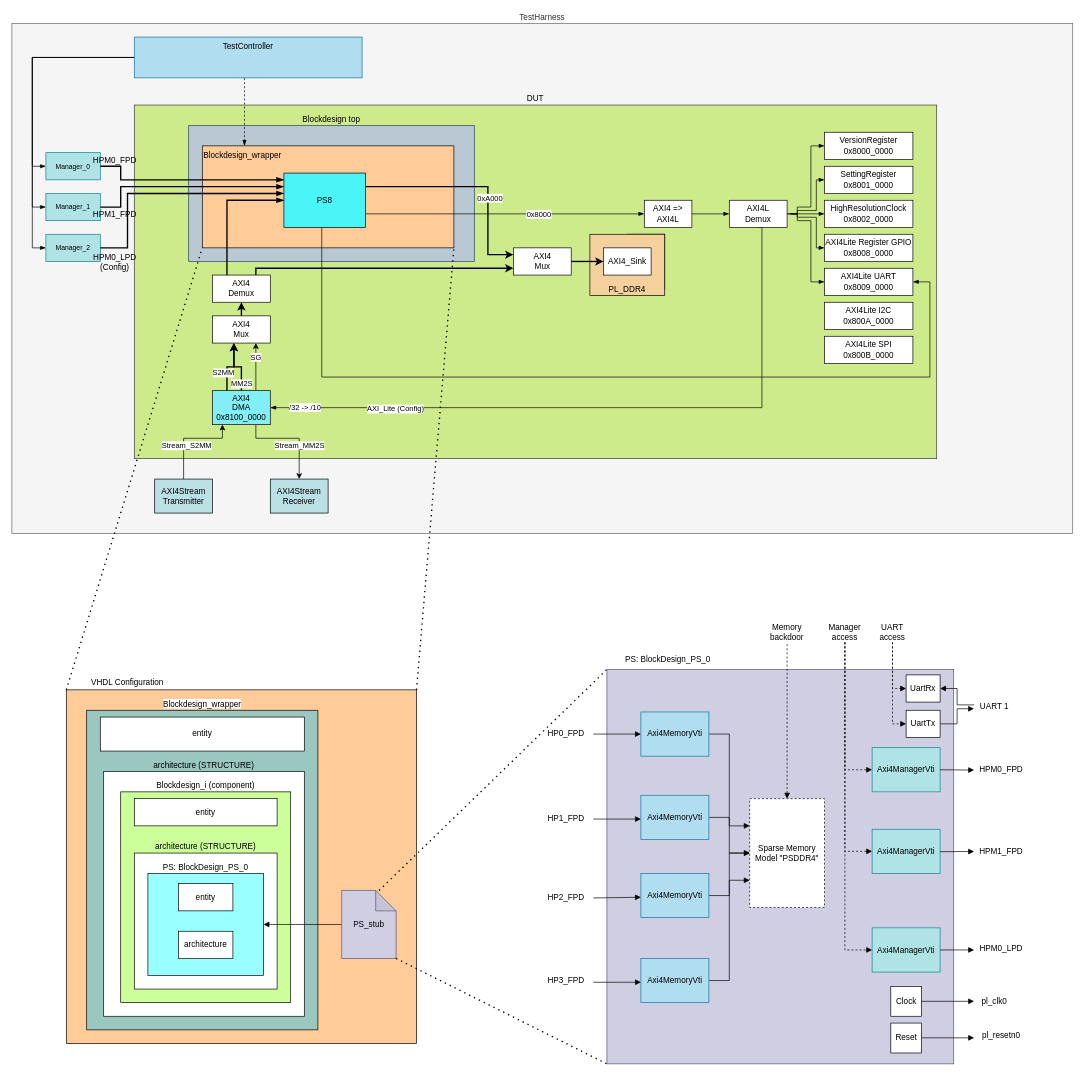
This is page "Testbench_detailed" (2 of 3) of doc/diagrams/BlockDiagrams.drawio from Paebbels/BigDesign, a draw.io file, before an edit. Source tidied: cells renumbered, new cells numbered last; positions are measured from the earlier drawing's top-left corner, leaving out a move shared by most shapes. Both pictures are drawn from the tidied source at 68%, with x=0, y=0 at pixel (12, 23).
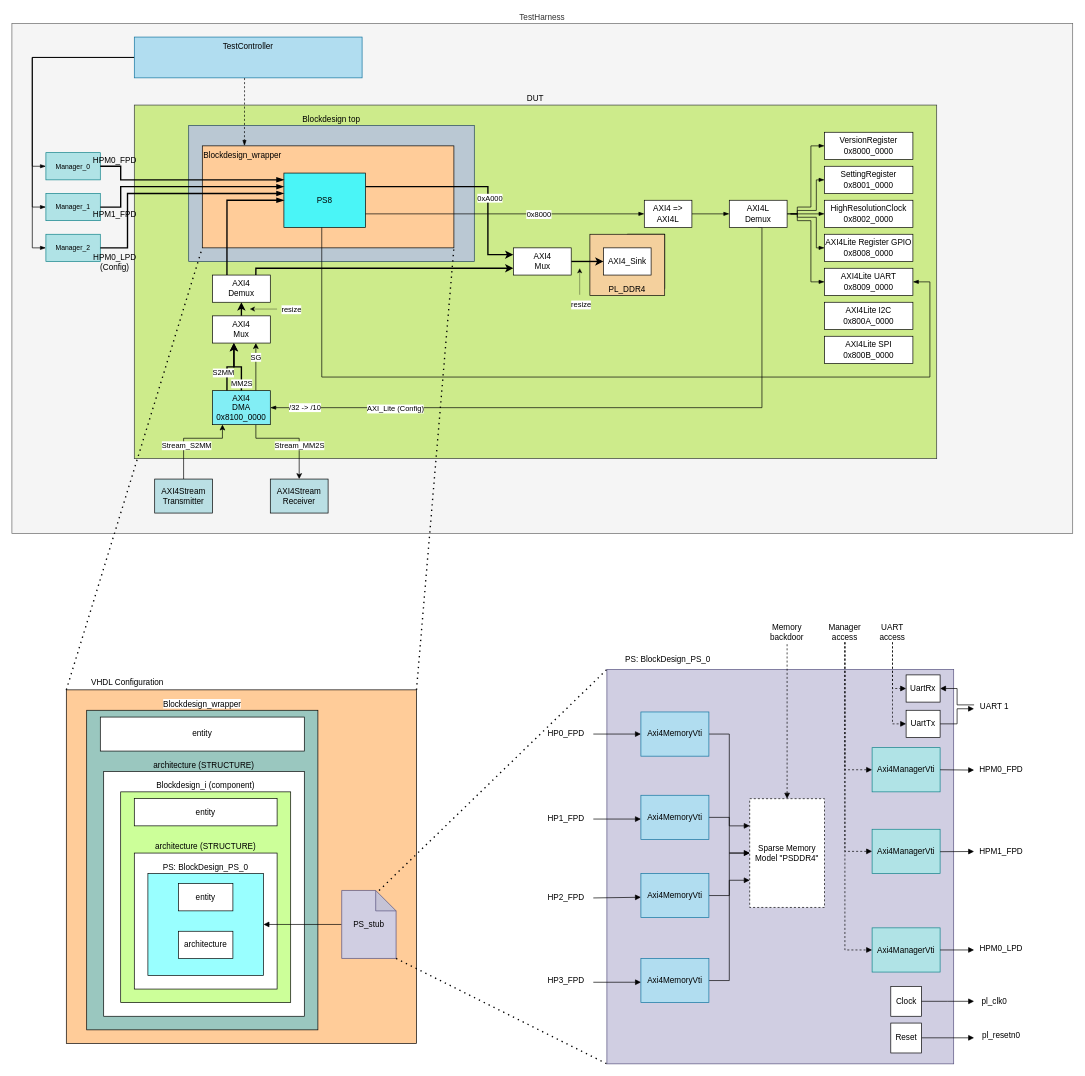
Above is the later version.

Unchanged cells that the change refers to:
```xml
<mxCell id="126" style="edgeStyle=orthogonalEdgeStyle;rounded=0;jettySize=auto;html=1;exitX=0.5;exitY=0;exitDx=0;exitDy=0;entryX=0.5;entryY=1;entryDx=0;entryDy=0;strokeWidth=2;" parent="1" edge="1" source="127" target="128">
  <mxGeometry relative="1" as="geometry" />
</mxCell>
```

The edit, as a diff of the source:
```diff
@@
+    <mxCell id="133" value="resize" style="edgeLabel;html=1;align=center;verticalAlign=middle;" parent="126" vertex="1">
+      <mxGeometry x="-0.17" y="1" relative="1" as="geometry">
+        <mxPoint x="74" y="-2" as="offset" />
+      </mxGeometry>
+    </mxCell>
@@
+    <mxCell id="134" style="endArrow=classic;html=1;rounded=0;strokeWidth=0.5;" parent="1" edge="1">
+      <mxGeometry relative="1" as="geometry">
+        <mxPoint x="390" y="420" as="sourcePoint" />
+        <mxPoint x="350" y="420" as="targetPoint" />
+      </mxGeometry>
+    </mxCell>
+    <mxCell id="135" value="resize" style="edgeLabel;html=1;align=center;verticalAlign=middle;" parent="1" vertex="1">
+      <mxGeometry x="760" y="375" as="geometry">
+        <mxPoint x="76" y="38" as="offset" />
+      </mxGeometry>
+    </mxCell>
+    <mxCell id="136" style="endArrow=classic;html=1;rounded=0;strokeWidth=0.5;" parent="1" edge="1">
+      <mxGeometry relative="1" as="geometry">
+        <mxPoint x="835" y="399" as="sourcePoint" />
+        <mxPoint x="835" y="360" as="targetPoint" />
+      </mxGeometry>
+    </mxCell>
```
